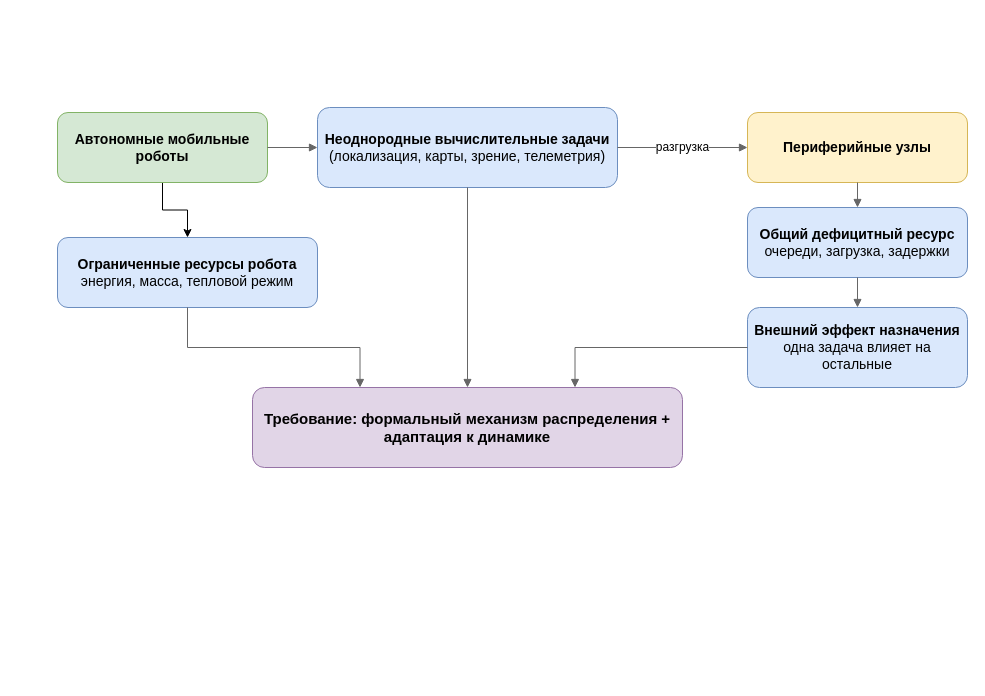
Before: Dissertation/images/drawio/intro_overall_problem.drawio in Dima12101/SPbU-Phd-LaTeX-Dissertation, a draw.io diagram. Source tidied: cells renumbered, new cells numbered last; positions are measured from the earlier drawing's top-left corner, leaving out a move shared by most shapes. Both pictures are drawn from the tidied source at 100%, with x=0, y=0 at pixel (57, 107).
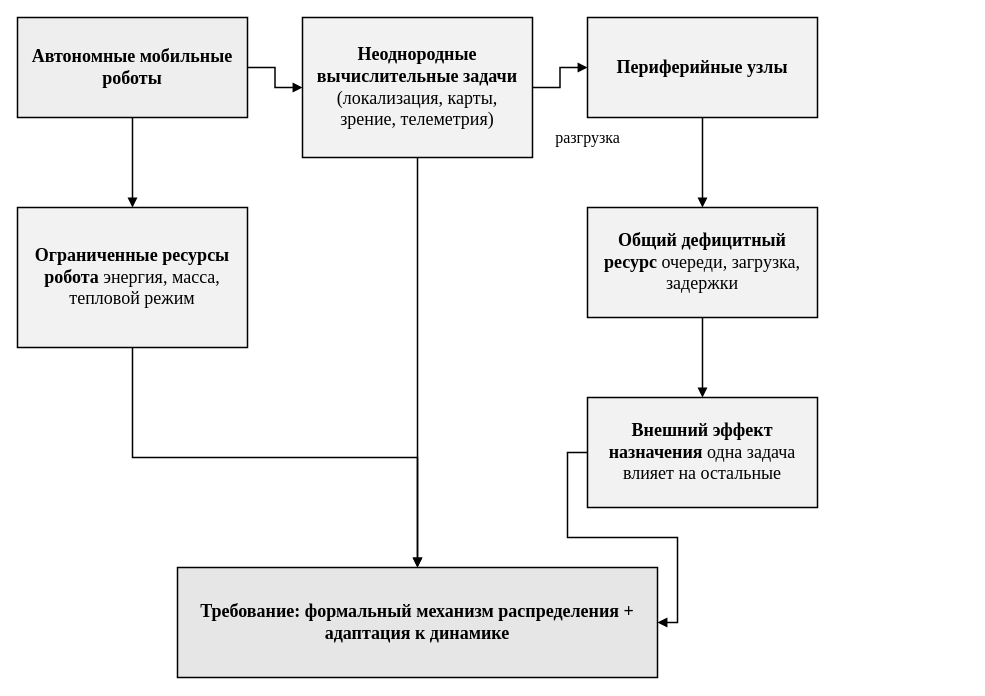
The same page after the edit.

What changed in the source:
```diff
@@
-<mxGraphModel>
+<mxGraphModel background="#ffffff">
   <root>
     <mxCell id="0" />
     <mxCell id="1" parent="0" />
-    <mxCell id="2" style="edgeStyle=orthogonalEdgeStyle;rounded=0;jettySize=auto;html=1;" parent="1" edge="1" source="3" target="5">
+    <mxCell id="2" style="edgeStyle=orthogonalEdgeStyle;rounded=0;jettySize=20;html=1;strokeColor=#000000;fontColor=#000000;strokeWidth=1.5;fontFamily=Times New Roman;fontSize=16;labelBackgroundColor=#ffffff;shadow=0;endArrow=block;endFill=1;startArrow=none;exitX=0.5;exitY=1;entryX=0.5;entryY=0;" parent="1" edge="1" source="3" target="5">
       <mxGeometry relative="1" as="geometry" />
     </mxCell>
-    <mxCell id="3" value="&lt;b&gt;Автономные мобильные роботы&lt;/b&gt;" style="rounded=1;whiteSpace=wrap;html=1;strokeColor=#82b366;fillColor=#d5e8d4;fontSize=14;" parent="1" vertex="1">
-      <mxGeometry y="5" width="210" height="70" as="geometry" />
+    <mxCell id="3" value="&lt;b&gt;Автономные мобильные роботы&lt;/b&gt;" style="rounded=0;whiteSpace=wrap;html=1;strokeColor=#000000;fillColor=#eeeeee;fontSize=18;fontColor=#000000;fontFamily=Times New Roman;shadow=0;gradientColor=none;glass=0;strokeWidth=1.5;spacing=6;" parent="1" vertex="1">
+      <mxGeometry x="-40" y="-90" width="230" height="100" as="geometry" />
     </mxCell>
-    <mxCell id="4" value="&lt;b&gt;Неоднородные вычислительные задачи &lt;br&gt;&lt;/b&gt;(локализация, карты, зрение, телеметрия)" style="rounded=1;whiteSpace=wrap;html=1;strokeColor=#6C8EBF;fillColor=#DAE8FC;fontSize=14;" parent="1" vertex="1">
-      <mxGeometry x="260" width="300" height="80" as="geometry" />
+    <mxCell id="4" value="&lt;b&gt;Неоднородные вычислительные задачи &lt;br&gt;&lt;/b&gt;(локализация, карты, зрение, телеметрия)" style="rounded=0;whiteSpace=wrap;html=1;strokeColor=#000000;fillColor=#f2f2f2;fontSize=18;fontColor=#000000;fontFamily=Times New Roman;shadow=0;gradientColor=none;glass=0;strokeWidth=1.5;spacing=6;" parent="1" vertex="1">
+      <mxGeometry x="245" y="-90" width="230" height="140" as="geometry" />
     </mxCell>
-    <mxCell id="5" value="&lt;b&gt;Ограниченные ресурсы робота&lt;/b&gt; энергия, масса, тепловой режим" style="rounded=1;whiteSpace=wrap;html=1;strokeColor=#6C8EBF;fillColor=#DAE8FC;fontSize=14;" parent="1" vertex="1">
-      <mxGeometry y="130" width="260" height="70" as="geometry" />
+    <mxCell id="5" value="&lt;b&gt;Ограниченные ресурсы робота&lt;/b&gt; энергия, масса, тепловой режим" style="rounded=0;whiteSpace=wrap;html=1;strokeColor=#000000;fillColor=#f2f2f2;fontSize=18;fontColor=#000000;fontFamily=Times New Roman;shadow=0;gradientColor=none;glass=0;strokeWidth=1.5;spacing=6;" parent="1" vertex="1">
+      <mxGeometry x="-40" y="100" width="230" height="140" as="geometry" />
     </mxCell>
-    <mxCell id="6" value="&lt;b&gt;Периферийные узлы&lt;/b&gt;" style="rounded=1;whiteSpace=wrap;html=1;strokeColor=#d6b656;fillColor=#fff2cc;fontSize=14;" parent="1" vertex="1">
-      <mxGeometry x="690" y="5" width="220" height="70" as="geometry" />
+    <mxCell id="6" value="&lt;b&gt;Периферийные узлы&lt;/b&gt;" style="rounded=0;whiteSpace=wrap;html=1;strokeColor=#000000;fillColor=#f2f2f2;fontSize=18;fontColor=#000000;fontFamily=Times New Roman;shadow=0;gradientColor=none;glass=0;strokeWidth=1.5;spacing=6;" parent="1" vertex="1">
+      <mxGeometry x="530" y="-90" width="230" height="100" as="geometry" />
     </mxCell>
-    <mxCell id="7" value="&lt;b&gt;Общий дефицитный ресурс&lt;/b&gt; очереди, загрузка, задержки" style="rounded=1;whiteSpace=wrap;html=1;strokeColor=#6C8EBF;fillColor=#DAE8FC;fontSize=14;" parent="1" vertex="1">
-      <mxGeometry x="690" y="100" width="220" height="70" as="geometry" />
+    <mxCell id="7" value="&lt;b&gt;Общий дефицитный ресурс&lt;/b&gt; очереди, загрузка, задержки" style="rounded=0;whiteSpace=wrap;html=1;strokeColor=#000000;fillColor=#f2f2f2;fontSize=18;fontColor=#000000;fontFamily=Times New Roman;shadow=0;gradientColor=none;glass=0;strokeWidth=1.5;spacing=6;" parent="1" vertex="1">
+      <mxGeometry x="530" y="100" width="230" height="110" as="geometry" />
     </mxCell>
-    <mxCell id="8" value="&lt;b&gt;Внешний эффект назначения&lt;/b&gt; одна задача влияет на остальные" style="rounded=1;whiteSpace=wrap;html=1;strokeColor=#6C8EBF;fillColor=#DAE8FC;fontSize=14;" parent="1" vertex="1">
-      <mxGeometry x="690" y="200" width="220" height="80" as="geometry" />
+    <mxCell id="8" value="&lt;b&gt;Внешний эффект назначения&lt;/b&gt; одна задача влияет на остальные" style="rounded=0;whiteSpace=wrap;html=1;strokeColor=#000000;fillColor=#f2f2f2;fontSize=18;fontColor=#000000;fontFamily=Times New Roman;shadow=0;gradientColor=none;glass=0;strokeWidth=1.5;spacing=6;" parent="1" vertex="1">
+      <mxGeometry x="530" y="290" width="230" height="110" as="geometry" />
     </mxCell>
-    <mxCell id="9" value="Требование: формальный механизм распределения + адаптация к динамике" style="rounded=1;whiteSpace=wrap;html=1;strokeColor=#9673A6;fillColor=#E1D5E7;fontSize=15;fontStyle=1;" parent="1" vertex="1">
-      <mxGeometry x="195" y="280" width="430" height="80" as="geometry" />
+    <mxCell id="9" value="Требование: формальный механизм распределения + адаптация к динамике" style="rounded=0;whiteSpace=wrap;html=1;strokeColor=#000000;fillColor=#e6e6e6;fontSize=18;fontStyle=1;fontColor=#000000;fontFamily=Times New Roman;shadow=0;gradientColor=none;glass=0;strokeWidth=1.5;spacing=6;" parent="1" vertex="1">
+      <mxGeometry x="120" y="460" width="480" height="110" as="geometry" />
     </mxCell>
-    <mxCell id="10" style="edgeStyle=orthogonalEdgeStyle;rounded=0;jettySize=auto;html=1;endArrow=block;endFill=1;strokeColor=#666666;fontSize=12;" parent="1" edge="1" source="3" target="4">
+    <mxCell id="10" style="edgeStyle=orthogonalEdgeStyle;rounded=0;jettySize=20;html=1;endArrow=block;endFill=1;strokeColor=#000000;fontSize=16;fontColor=#000000;strokeWidth=1.5;fontFamily=Times New Roman;labelBackgroundColor=#ffffff;shadow=0;startArrow=none;exitX=1;exitY=0.5;entryX=0;entryY=0.5;" parent="1" edge="1" source="3" target="4">
       <mxGeometry relative="1" as="geometry" />
     </mxCell>
-    <mxCell id="11" value="разгрузка" style="edgeStyle=orthogonalEdgeStyle;rounded=0;jettySize=auto;html=1;endArrow=block;endFill=1;strokeColor=#666666;fontSize=12;" parent="1" edge="1" source="4" target="6">
-      <mxGeometry relative="1" as="geometry" />
+    <mxCell id="11" value="разгрузка" style="edgeStyle=orthogonalEdgeStyle;rounded=0;jettySize=20;html=1;endArrow=block;endFill=1;strokeColor=#000000;fontSize=16;fontColor=#000000;strokeWidth=1.5;fontFamily=Times New Roman;labelBackgroundColor=#ffffff;shadow=0;startArrow=none;exitX=1;exitY=0.5;entryX=0;entryY=0.5;" parent="1" edge="1" source="4" target="6">
+      <mxGeometry x="-0.27" y="-57" relative="1" as="geometry">
+        <mxPoint x="28" y="-7" as="offset" />
+      </mxGeometry>
     </mxCell>
-    <mxCell id="12" style="edgeStyle=orthogonalEdgeStyle;rounded=0;jettySize=auto;html=1;endArrow=block;endFill=1;strokeColor=#666666;fontSize=12;entryX=0.25;entryY=0;entryDx=0;entryDy=0;" parent="1" edge="1" source="5" target="9">
-      <mxGeometry x="-0.56" relative="1" as="geometry" />
+    <mxCell id="12" style="edgeStyle=orthogonalEdgeStyle;rounded=0;jettySize=20;html=1;endArrow=block;endFill=1;strokeColor=#000000;fontSize=16;fontColor=#000000;strokeWidth=1.5;fontFamily=Times New Roman;labelBackgroundColor=#ffffff;shadow=0;startArrow=none;exitX=0.5;exitY=1;entryX=0.5;entryY=0;" parent="1" edge="1" source="5" target="9">
+      <mxGeometry relative="1" as="geometry" />
     </mxCell>
-    <mxCell id="13" style="edgeStyle=orthogonalEdgeStyle;rounded=0;jettySize=auto;html=1;endArrow=block;endFill=1;strokeColor=#666666;fontSize=12;" parent="1" edge="1" source="6" target="7">
+    <mxCell id="13" style="edgeStyle=orthogonalEdgeStyle;rounded=0;jettySize=20;html=1;endArrow=block;endFill=1;strokeColor=#000000;fontSize=16;fontColor=#000000;strokeWidth=1.5;fontFamily=Times New Roman;labelBackgroundColor=#ffffff;shadow=0;startArrow=none;exitX=0.5;exitY=1;entryX=0.5;entryY=0;" parent="1" edge="1" source="6" target="7">
       <mxGeometry relative="1" as="geometry" />
     </mxCell>
-    <mxCell id="14" style="edgeStyle=orthogonalEdgeStyle;rounded=0;jettySize=auto;html=1;endArrow=block;endFill=1;strokeColor=#666666;fontSize=12;" parent="1" edge="1" source="7" target="8">
+    <mxCell id="14" style="edgeStyle=orthogonalEdgeStyle;rounded=0;jettySize=20;html=1;endArrow=block;endFill=1;strokeColor=#000000;fontSize=16;fontColor=#000000;strokeWidth=1.5;fontFamily=Times New Roman;labelBackgroundColor=#ffffff;shadow=0;startArrow=none;exitX=0.5;exitY=1;entryX=0.5;entryY=0;" parent="1" edge="1" source="7" target="8">
       <mxGeometry relative="1" as="geometry" />
     </mxCell>
-    <mxCell id="15" style="edgeStyle=orthogonalEdgeStyle;rounded=0;jettySize=auto;html=1;endArrow=block;endFill=1;strokeColor=#666666;fontSize=12;" parent="1" edge="1" source="4" target="9">
+    <mxCell id="15" style="edgeStyle=orthogonalEdgeStyle;rounded=0;jettySize=20;html=1;endArrow=block;endFill=1;strokeColor=#000000;fontSize=16;fontColor=#000000;strokeWidth=1.5;fontFamily=Times New Roman;labelBackgroundColor=#ffffff;shadow=0;startArrow=none;exitX=0.5;exitY=1;entryX=0.5;entryY=0;" parent="1" edge="1" source="4" target="9">
       <mxGeometry relative="1" as="geometry" />
     </mxCell>
-    <mxCell id="16" style="edgeStyle=orthogonalEdgeStyle;rounded=0;jettySize=auto;html=1;endArrow=block;endFill=1;strokeColor=#666666;fontSize=12;entryX=0.75;entryY=0;entryDx=0;entryDy=0;" parent="1" edge="1" source="8" target="9">
+    <mxCell id="16" style="edgeStyle=orthogonalEdgeStyle;rounded=0;jettySize=20;html=1;endArrow=block;endFill=1;strokeColor=#000000;fontSize=16;fontColor=#000000;strokeWidth=1.5;fontFamily=Times New Roman;labelBackgroundColor=#ffffff;shadow=0;startArrow=none;exitX=0;exitY=0.5;entryX=1;entryY=0.5;" parent="1" edge="1" source="8" target="9">
       <mxGeometry relative="1" as="geometry" />
     </mxCell>
   </root>
 </mxGraphModel>
```
